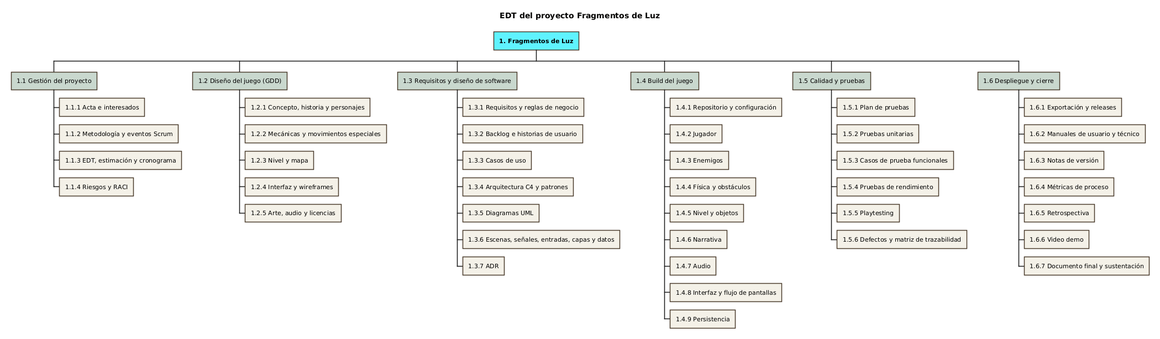
Before: docs/diagramas/edt.png, a diagram exported from PlantUML (jaider23100/FragmentosDeLuz). Source of this version:
```plantuml
@startwbs edt
title EDT del proyecto Fragmentos de Luz
<style>
wbsDiagram {
  node { BackgroundColor #F4F1E8; LineColor #4A3B2C; FontSize 11 }
  :depth(0) { BackgroundColor #5FF3FF; FontStyle bold }
  :depth(1) { BackgroundColor #C9D8CE }
}
</style>
* 1. Fragmentos de Luz
** 1.1 Gestión del proyecto
*** 1.1.1 Acta e interesados
*** 1.1.2 Metodología y eventos Scrum
*** 1.1.3 EDT, estimación y cronograma
*** 1.1.4 Riesgos y RACI
** 1.2 Diseño del juego (GDD)
*** 1.2.1 Concepto, historia y personajes
*** 1.2.2 Mecánicas y movimientos especiales
*** 1.2.3 Nivel y mapa
*** 1.2.4 Interfaz y wireframes
*** 1.2.5 Arte, audio y licencias
** 1.3 Requisitos y diseño de software
*** 1.3.1 Requisitos y reglas de negocio
*** 1.3.2 Backlog e historias de usuario
*** 1.3.3 Casos de uso
*** 1.3.4 Arquitectura C4 y patrones
*** 1.3.5 Diagramas UML
*** 1.3.6 Escenas, señales, entradas, capas y datos
*** 1.3.7 ADR
** 1.4 Build del juego
*** 1.4.1 Repositorio y configuración
*** 1.4.2 Jugador
*** 1.4.3 Enemigos
*** 1.4.4 Física y obstáculos
*** 1.4.5 Nivel y objetos
*** 1.4.6 Narrativa
*** 1.4.7 Audio
*** 1.4.8 Interfaz y flujo de pantallas
*** 1.4.9 Persistencia
** 1.5 Calidad y pruebas
*** 1.5.1 Plan de pruebas
*** 1.5.2 Pruebas unitarias
*** 1.5.3 Casos de prueba funcionales
*** 1.5.4 Pruebas de rendimiento
*** 1.5.5 Playtesting
*** 1.5.6 Defectos y matriz de trazabilidad
** 1.6 Despliegue y cierre
*** 1.6.1 Exportación y releases
*** 1.6.2 Manuales de usuario y técnico
*** 1.6.3 Notas de versión
*** 1.6.4 Métricas de proceso
*** 1.6.5 Retrospectiva
*** 1.6.6 Video demo
*** 1.6.7 Documento final y sustentación
@endwbs
```
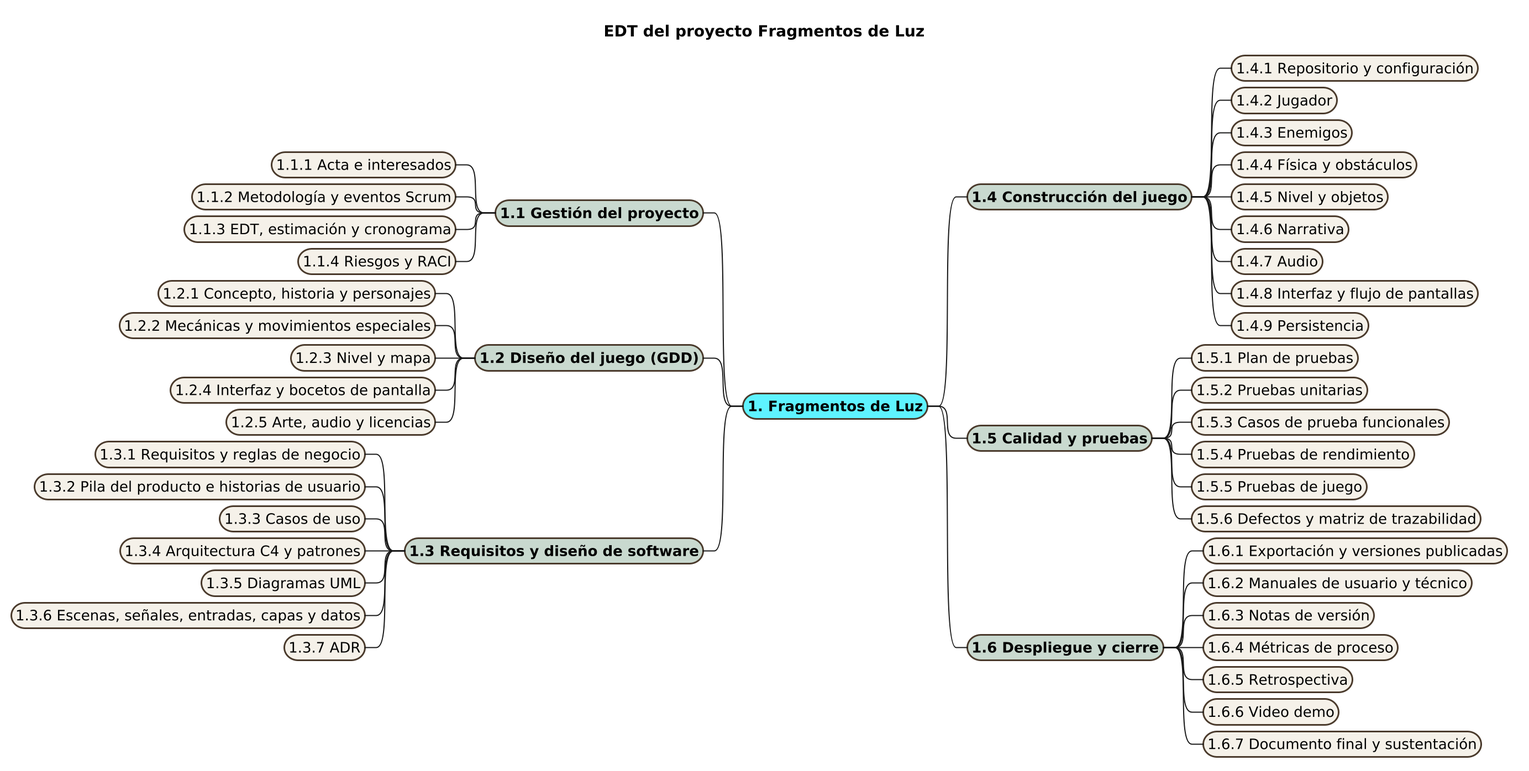
After the change.

What changed in the source:
```diff
@@ -1,55 +1,57 @@
-@startwbs edt
+@startmindmap edt
+scale 2
 title EDT del proyecto Fragmentos de Luz
 <style>
-wbsDiagram {
-  node { BackgroundColor #F4F1E8; LineColor #4A3B2C; FontSize 11 }
+mindmapDiagram {
+  node { BackgroundColor #F4F1E8; LineColor #4A3B2C; FontSize 13; Padding 4; Margin 3 }
   :depth(0) { BackgroundColor #5FF3FF; FontStyle bold }
-  :depth(1) { BackgroundColor #C9D8CE }
+  :depth(1) { BackgroundColor #C9D8CE; FontStyle bold }
+  boxless { FontColor black }
 }
 </style>
-* 1. Fragmentos de Luz
-** 1.1 Gestión del proyecto
-*** 1.1.1 Acta e interesados
-*** 1.1.2 Metodología y eventos Scrum
-*** 1.1.3 EDT, estimación y cronograma
-*** 1.1.4 Riesgos y RACI
-** 1.2 Diseño del juego (GDD)
-*** 1.2.1 Concepto, historia y personajes
-*** 1.2.2 Mecánicas y movimientos especiales
-*** 1.2.3 Nivel y mapa
-*** 1.2.4 Interfaz y wireframes
-*** 1.2.5 Arte, audio y licencias
-** 1.3 Requisitos y diseño de software
-*** 1.3.1 Requisitos y reglas de negocio
-*** 1.3.2 Backlog e historias de usuario
-*** 1.3.3 Casos de uso
-*** 1.3.4 Arquitectura C4 y patrones
-*** 1.3.5 Diagramas UML
-*** 1.3.6 Escenas, señales, entradas, capas y datos
-*** 1.3.7 ADR
-** 1.4 Build del juego
-*** 1.4.1 Repositorio y configuración
-*** 1.4.2 Jugador
-*** 1.4.3 Enemigos
-*** 1.4.4 Física y obstáculos
-*** 1.4.5 Nivel y objetos
-*** 1.4.6 Narrativa
-*** 1.4.7 Audio
-*** 1.4.8 Interfaz y flujo de pantallas
-*** 1.4.9 Persistencia
-** 1.5 Calidad y pruebas
-*** 1.5.1 Plan de pruebas
-*** 1.5.2 Pruebas unitarias
-*** 1.5.3 Casos de prueba funcionales
-*** 1.5.4 Pruebas de rendimiento
-*** 1.5.5 Playtesting
-*** 1.5.6 Defectos y matriz de trazabilidad
-** 1.6 Despliegue y cierre
-*** 1.6.1 Exportación y releases
-*** 1.6.2 Manuales de usuario y técnico
-*** 1.6.3 Notas de versión
-*** 1.6.4 Métricas de proceso
-*** 1.6.5 Retrospectiva
-*** 1.6.6 Video demo
-*** 1.6.7 Documento final y sustentación
-@endwbs
++ 1. Fragmentos de Luz
+-- 1.1 Gestión del proyecto
+--- 1.1.1 Acta e interesados
+--- 1.1.2 Metodología y eventos Scrum
+--- 1.1.3 EDT, estimación y cronograma
+--- 1.1.4 Riesgos y RACI
+-- 1.2 Diseño del juego (GDD)
+--- 1.2.1 Concepto, historia y personajes
+--- 1.2.2 Mecánicas y movimientos especiales
+--- 1.2.3 Nivel y mapa
+--- 1.2.4 Interfaz y bocetos de pantalla
+--- 1.2.5 Arte, audio y licencias
+-- 1.3 Requisitos y diseño de software
+--- 1.3.1 Requisitos y reglas de negocio
+--- 1.3.2 Pila del producto e historias de usuario
+--- 1.3.3 Casos de uso
+--- 1.3.4 Arquitectura C4 y patrones
+--- 1.3.5 Diagramas UML
+--- 1.3.6 Escenas, señales, entradas, capas y datos
+--- 1.3.7 ADR
+++ 1.4 Construcción del juego
++++ 1.4.1 Repositorio y configuración
++++ 1.4.2 Jugador
++++ 1.4.3 Enemigos
++++ 1.4.4 Física y obstáculos
++++ 1.4.5 Nivel y objetos
++++ 1.4.6 Narrativa
++++ 1.4.7 Audio
++++ 1.4.8 Interfaz y flujo de pantallas
++++ 1.4.9 Persistencia
+++ 1.5 Calidad y pruebas
++++ 1.5.1 Plan de pruebas
++++ 1.5.2 Pruebas unitarias
++++ 1.5.3 Casos de prueba funcionales
++++ 1.5.4 Pruebas de rendimiento
++++ 1.5.5 Pruebas de juego
++++ 1.5.6 Defectos y matriz de trazabilidad
+++ 1.6 Despliegue y cierre
++++ 1.6.1 Exportación y versiones publicadas
++++ 1.6.2 Manuales de usuario y técnico
++++ 1.6.3 Notas de versión
++++ 1.6.4 Métricas de proceso
++++ 1.6.5 Retrospectiva
++++ 1.6.6 Video demo
++++ 1.6.7 Documento final y sustentación
+@endmindmap
```
